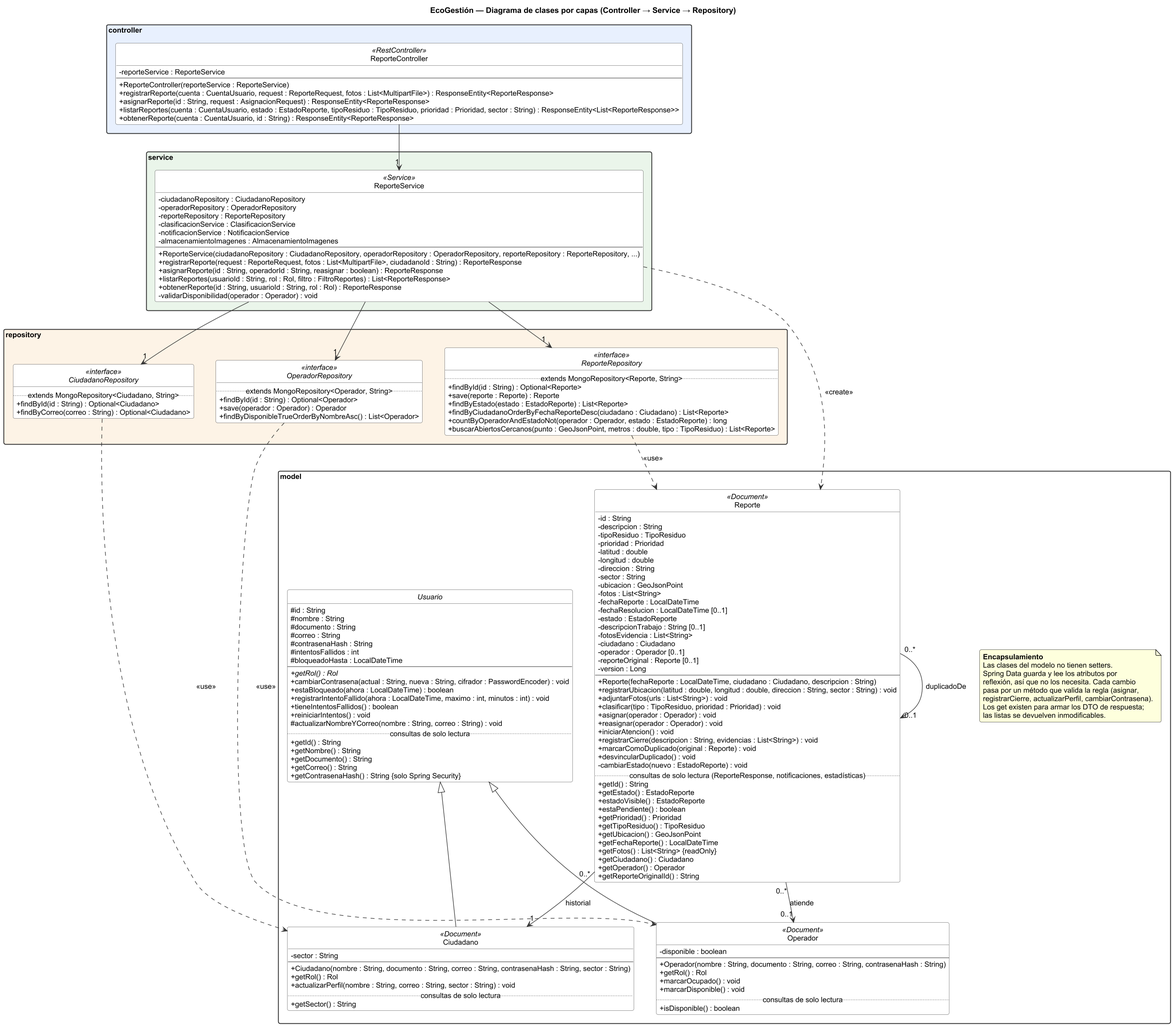
This is docs/diagramas/04-vista-desarrollo.png from samuelvallejo/trabajo-final-dise-o-de-software-diagramas, a PlantUML export, as it was before one commit.
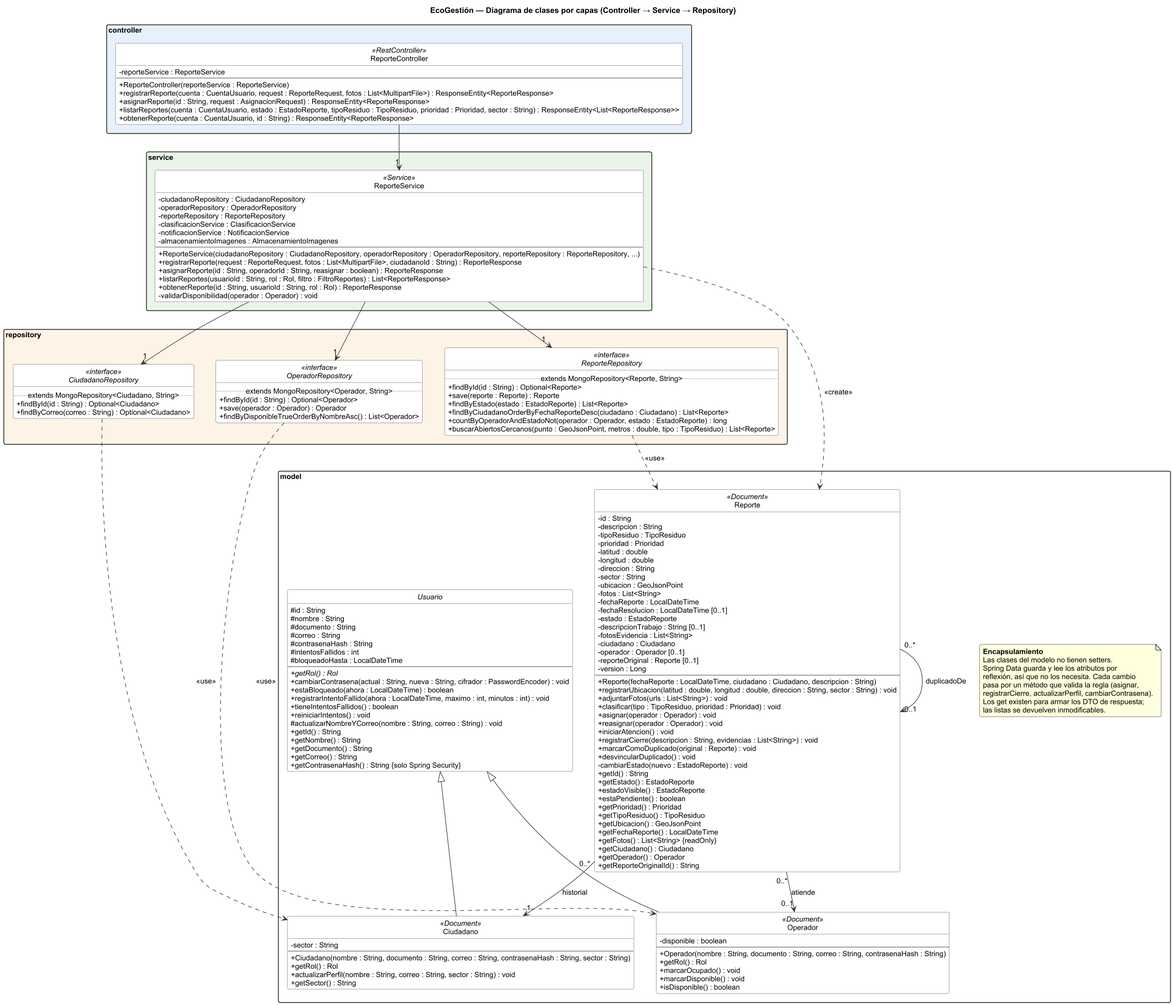
Later version of the same file.

Commit message:
Diagramas de clases con una sola lista de métodos

What changed in the source:
```diff
@@ -113,7 +113,6 @@
     + marcarComoDuplicado(original : Reporte) : void
     + desvincularDuplicado() : void
     - cambiarEstado(nuevo : EstadoReporte) : void
-    .. consultas de solo lectura (ReporteResponse, notificaciones, estadísticas) ..
     + getId() : String
     + getEstado() : EstadoReporte
     + estadoVisible() : EstadoReporte
@@ -143,7 +142,6 @@
     + tieneIntentosFallidos() : boolean
     + reiniciarIntentos() : void
     # actualizarNombreYCorreo(nombre : String, correo : String) : void
-    .. consultas de solo lectura ..
     + getId() : String
     + getNombre() : String
     + getDocumento() : String
@@ -156,7 +154,6 @@
     + Ciudadano(nombre : String, documento : String, correo : String, contrasenaHash : String, sector : String)
     + getRol() : Rol
     + actualizarPerfil(nombre : String, correo : String, sector : String) : void
-    .. consultas de solo lectura ..
     + getSector() : String
   }
   class Operador <<Document>> {
@@ -166,7 +163,6 @@
     + getRol() : Rol
     + marcarOcupado() : void
     + marcarDisponible() : void
-    .. consultas de solo lectura ..
     + isDisponible() : boolean
   }
   note as Encapsulamiento
```
